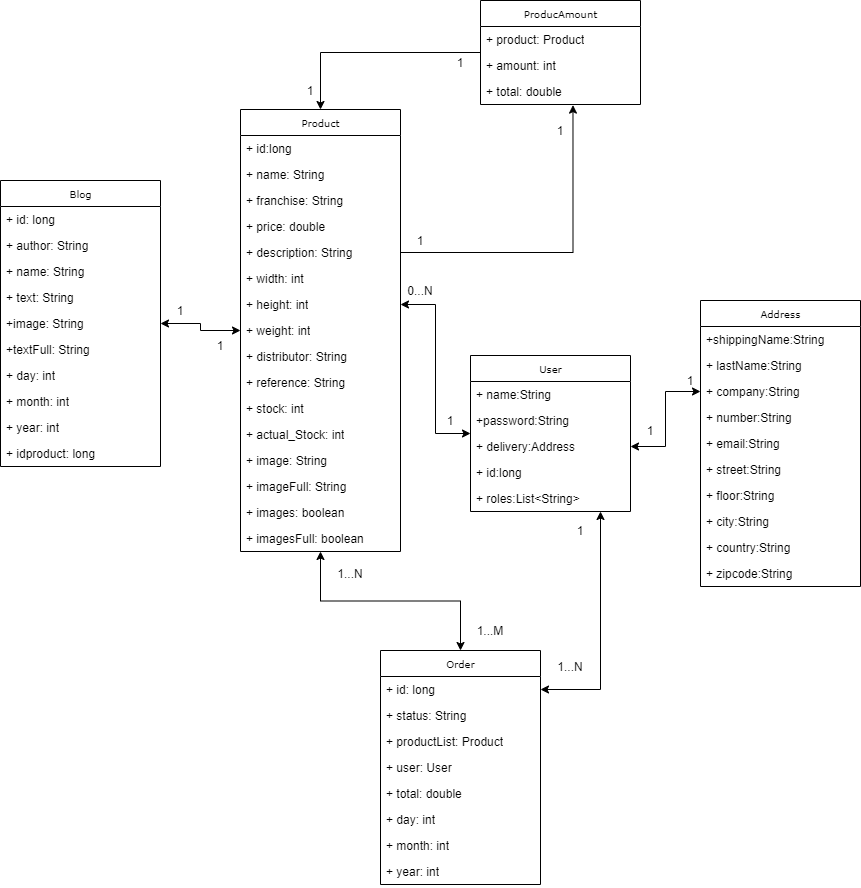
This is bin/src/main/resources/templates/Screenshots/DiagramaEntidades.png from CodeURJC-DAW-2019-20/webapp6, a draw.io export, as it was before one commit. Source tidied: cells renumbered, new cells last; positions are measured from the earlier drawing's top-left corner, leaving out a move shared by most shapes.
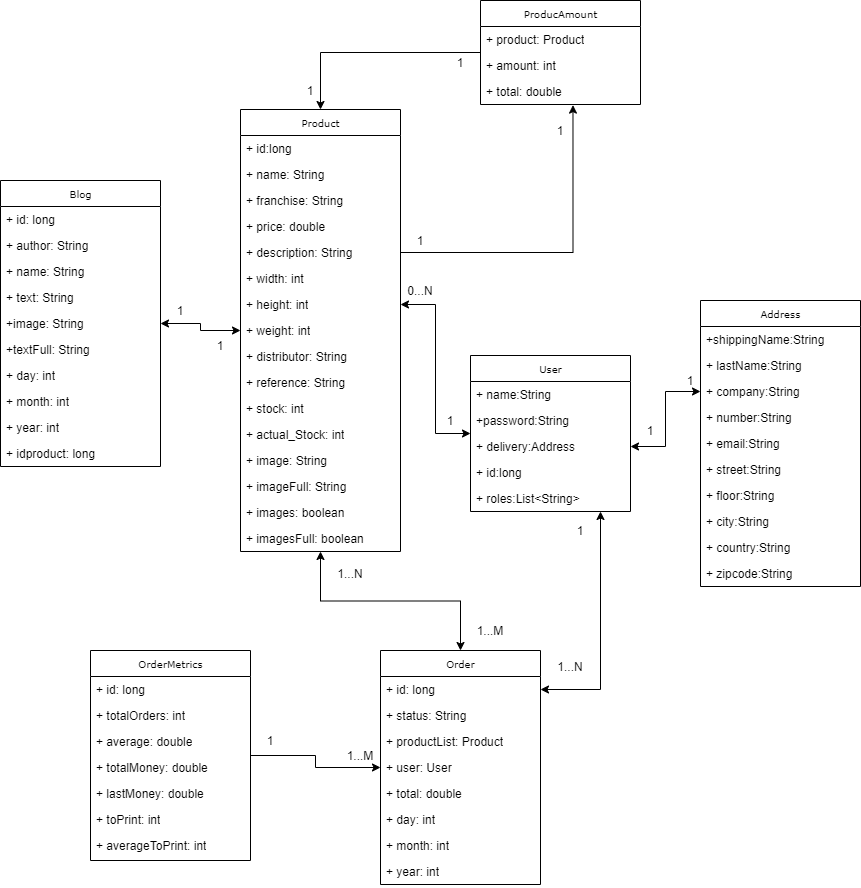
The same file after the commit.

What changed in the source:
```diff
@@ -243,5 +243,38 @@
     <mxCell id="80" value="1" style="text;html=1;strokeColor=none;fillColor=none;align=center;verticalAlign=middle;whiteSpace=wrap;rounded=0;" parent="1" vertex="1">
       <mxGeometry x="290" y="80" width="40" height="20" as="geometry" />
     </mxCell>
+    <mxCell id="81" style="edgeStyle=orthogonalEdgeStyle;rounded=0;jettySize=auto;html=1;entryX=0;entryY=0.5;entryDx=0;entryDy=0;" parent="1" edge="1" source="82" target="35">
+      <mxGeometry relative="1" as="geometry" />
+    </mxCell>
+    <mxCell id="82" value="OrderMetrics" style="swimlane;html=1;fontStyle=0;horizontal=1;startSize=26;fillColor=none;swimlaneFillColor=#ffffff;rounded=0;shadow=0;comic=0;labelBackgroundColor=none;strokeWidth=1;fontFamily=Verdana;fontSize=10;align=center;" parent="1" vertex="1">
+      <mxGeometry x="90" y="650" width="160" height="210" as="geometry" />
+    </mxCell>
+    <mxCell id="83" value="+ id: long" style="text;html=1;strokeColor=none;fillColor=none;align=left;verticalAlign=top;spacingLeft=4;spacingRight=4;whiteSpace=wrap;overflow=hidden;" parent="82" vertex="1">
+      <mxGeometry y="26" width="160" height="26" as="geometry" />
+    </mxCell>
+    <mxCell id="84" value="+ totalOrders: int" style="text;html=1;strokeColor=none;fillColor=none;align=left;verticalAlign=top;spacingLeft=4;spacingRight=4;whiteSpace=wrap;overflow=hidden;" parent="82" vertex="1">
+      <mxGeometry y="52" width="160" height="26" as="geometry" />
+    </mxCell>
+    <mxCell id="85" value="+ average: double" style="text;html=1;strokeColor=none;fillColor=none;align=left;verticalAlign=top;spacingLeft=4;spacingRight=4;whiteSpace=wrap;overflow=hidden;" parent="82" vertex="1">
+      <mxGeometry y="78" width="160" height="26" as="geometry" />
+    </mxCell>
+    <mxCell id="86" value="+ totalMoney: double" style="text;html=1;strokeColor=none;fillColor=none;align=left;verticalAlign=top;spacingLeft=4;spacingRight=4;whiteSpace=wrap;overflow=hidden;" parent="82" vertex="1">
+      <mxGeometry y="104" width="160" height="26" as="geometry" />
+    </mxCell>
+    <mxCell id="87" value="+ lastMoney: double" style="text;html=1;strokeColor=none;fillColor=none;align=left;verticalAlign=top;spacingLeft=4;spacingRight=4;whiteSpace=wrap;overflow=hidden;" parent="82" vertex="1">
+      <mxGeometry y="130" width="160" height="26" as="geometry" />
+    </mxCell>
+    <mxCell id="88" value="+ toPrint: int" style="text;html=1;strokeColor=none;fillColor=none;align=left;verticalAlign=top;spacingLeft=4;spacingRight=4;whiteSpace=wrap;overflow=hidden;" parent="82" vertex="1">
+      <mxGeometry y="156" width="160" height="26" as="geometry" />
+    </mxCell>
+    <mxCell id="89" value="+ averageToPrint: int" style="text;html=1;strokeColor=none;fillColor=none;align=left;verticalAlign=top;spacingLeft=4;spacingRight=4;whiteSpace=wrap;overflow=hidden;" parent="82" vertex="1">
+      <mxGeometry y="182" width="160" height="26" as="geometry" />
+    </mxCell>
+    <mxCell id="90" value="1" style="text;html=1;strokeColor=none;fillColor=none;align=center;verticalAlign=middle;whiteSpace=wrap;rounded=0;" parent="1" vertex="1">
+      <mxGeometry x="250" y="730" width="40" height="20" as="geometry" />
+    </mxCell>
+    <mxCell id="91" value="1...M" style="text;html=1;strokeColor=none;fillColor=none;align=center;verticalAlign=middle;whiteSpace=wrap;rounded=0;" parent="1" vertex="1">
+      <mxGeometry x="340" y="745" width="40" height="20" as="geometry" />
+    </mxCell>
   </root>
 </mxGraphModel>
```
